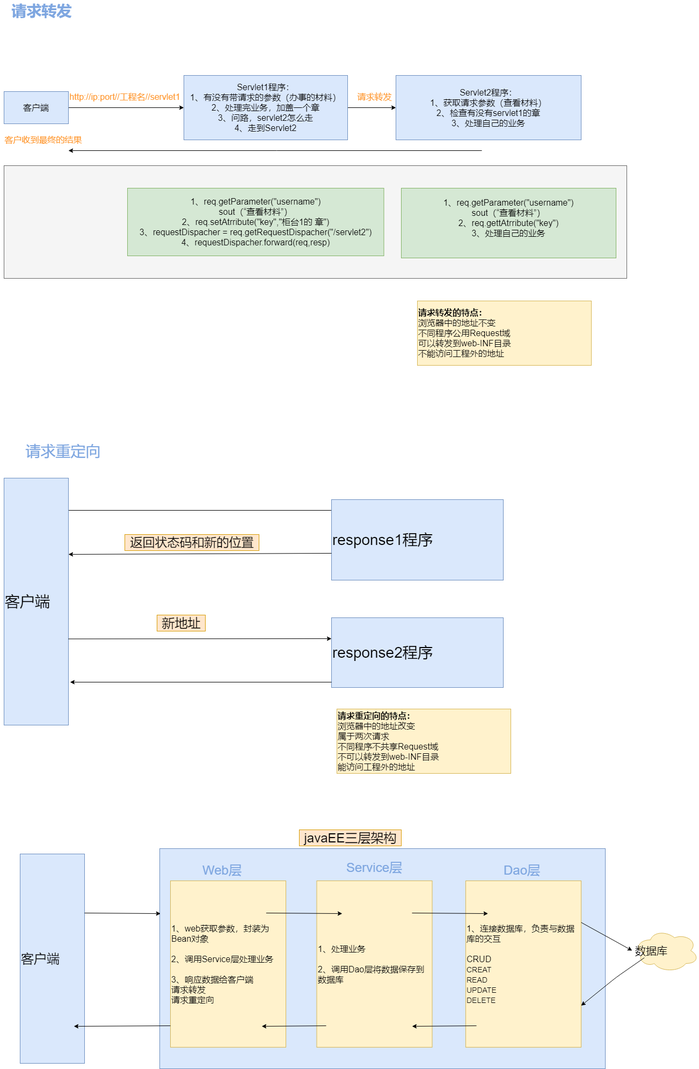
Above: web-Page-2.png in kusuzi/LearnJava (draw.io), before the change. Source tidied: cells renumbered, new cells last; positions are measured from the earlier drawing's top-left corner, leaving out a move shared by most shapes.
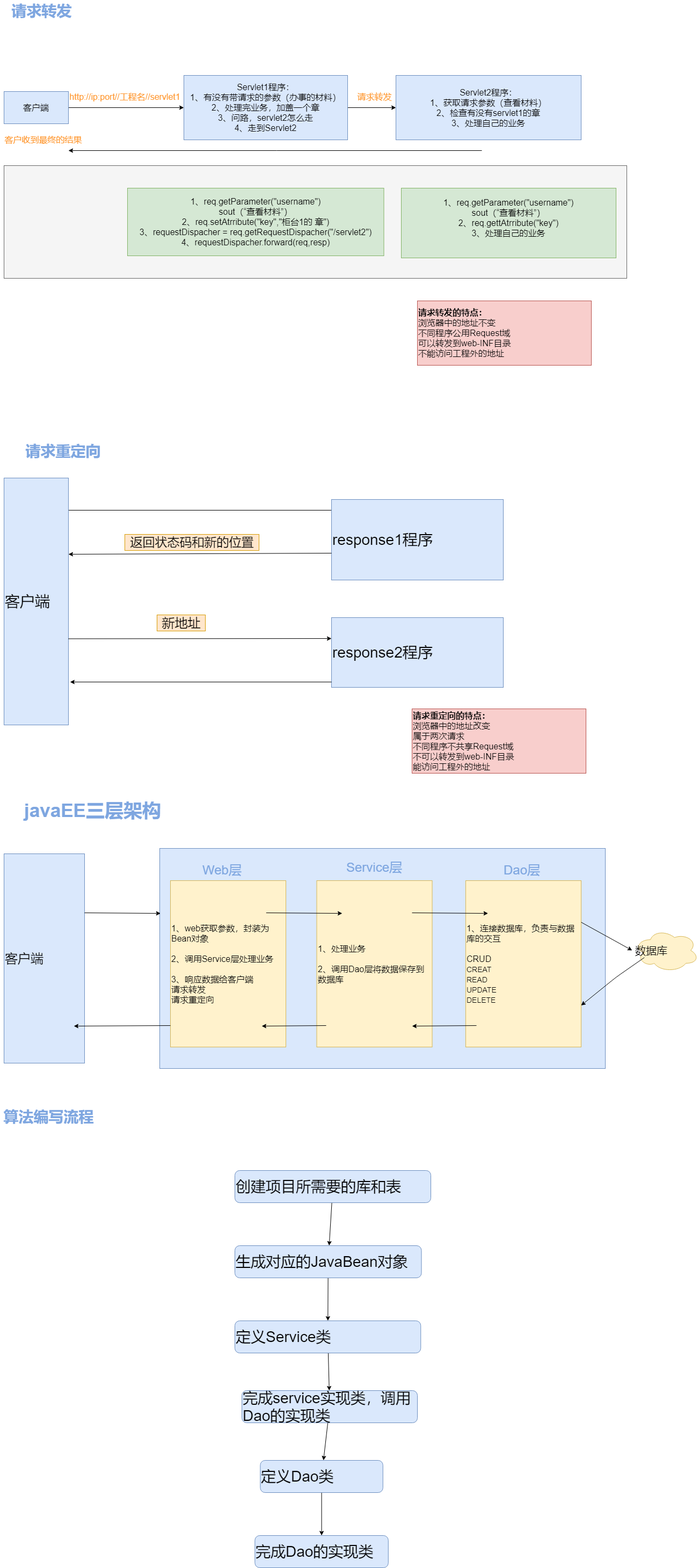
The same file after the commit.

Diff of the diagram source:
```diff
@@ -41,17 +41,17 @@
     <mxCell id="13" value="&lt;span style=&quot;font-size: 16px&quot;&gt;1、req.getParameter(&quot;username&quot;)&lt;br&gt;&lt;/span&gt;&lt;span style=&quot;font-size: 16px&quot;&gt;sout（“查看材料”）&lt;br&gt;&lt;/span&gt;&lt;span style=&quot;font-size: 16px&quot;&gt;2、&lt;/span&gt;&lt;span style=&quot;font-size: 16px&quot;&gt;req.gettAtrribute(&quot;key&quot;)&lt;br&gt;&lt;/span&gt;&lt;span style=&quot;font-size: 16px&quot;&gt;3、处理自己的业务&lt;br&gt;&lt;br&gt;&lt;/span&gt;" style="rounded=0;whiteSpace=wrap;html=1;fillColor=#d5e8d4;strokeColor=#82b366;" parent="1" vertex="1">
       <mxGeometry x="747" y="350" width="400" height="130" as="geometry" />
     </mxCell>
-    <mxCell id="14" value="&lt;b&gt;请求转发的特点：&lt;/b&gt;&lt;br style=&quot;font-size: 16px&quot;&gt;浏览器中的地址不变&lt;br style=&quot;font-size: 16px&quot;&gt;不同程序公用Request域&lt;br style=&quot;font-size: 16px&quot;&gt;可以转发到web-INF目录&lt;br&gt;不能访问工程外的地址" style="rounded=0;whiteSpace=wrap;html=1;fillColor=#fff2cc;strokeColor=#d6b656;fontSize=16;align=left;" parent="1" vertex="1">
+    <mxCell id="14" value="&lt;b&gt;请求转发的特点：&lt;/b&gt;&lt;br style=&quot;font-size: 16px&quot;&gt;浏览器中的地址不变&lt;br style=&quot;font-size: 16px&quot;&gt;不同程序公用Request域&lt;br style=&quot;font-size: 16px&quot;&gt;可以转发到web-INF目录&lt;br&gt;不能访问工程外的地址" style="rounded=0;whiteSpace=wrap;html=1;fillColor=#f8cecc;strokeColor=#b85450;fontSize=16;align=left;" parent="1" vertex="1">
       <mxGeometry x="777" y="560" width="324" height="120" as="geometry" />
     </mxCell>
     <mxCell id="15" value="请求转发" style="text;html=1;align=center;verticalAlign=middle;strokeColor=none;fontSize=28;fontColor=#7EA6E0;fontStyle=1;" parent="1" vertex="1">
       <mxGeometry x="12" width="130" height="40" as="geometry" />
     </mxCell>
-    <mxCell id="16" value="请求重定向" style="text;html=1;align=center;verticalAlign=middle;strokeColor=none;fontSize=28;fontColor=#7EA6E0;" parent="1" vertex="1">
+    <mxCell id="16" value="请求重定向" style="text;html=1;align=center;verticalAlign=middle;strokeColor=none;fontSize=28;fontColor=#7EA6E0;fontStyle=1;" parent="1" vertex="1">
       <mxGeometry x="37" y="820" width="160" height="40" as="geometry" />
     </mxCell>
-    <mxCell id="17" value="&lt;b&gt;请求重定向的特点：&lt;/b&gt;&lt;br style=&quot;font-size: 16px&quot;&gt;浏览器中的地址改变&lt;br&gt;属于两次请求&lt;br style=&quot;font-size: 16px&quot;&gt;不同程序不共享Request域&lt;br style=&quot;font-size: 16px&quot;&gt;不可以转发到web-INF目录&lt;br&gt;能访问工程外的地址" style="rounded=0;whiteSpace=wrap;html=1;fillColor=#fff2cc;strokeColor=#d6b656;fontSize=16;align=left;" parent="1" vertex="1">
-      <mxGeometry x="627" y="1320" width="324" height="120" as="geometry" />
+    <mxCell id="17" value="&lt;b&gt;请求重定向的特点：&lt;/b&gt;&lt;br style=&quot;font-size: 16px&quot;&gt;浏览器中的地址改变&lt;br&gt;属于两次请求&lt;br style=&quot;font-size: 16px&quot;&gt;不同程序不共享Request域&lt;br style=&quot;font-size: 16px&quot;&gt;不可以转发到web-INF目录&lt;br&gt;能访问工程外的地址" style="rounded=0;whiteSpace=wrap;html=1;fillColor=#f8cecc;strokeColor=#b85450;fontSize=16;align=left;" parent="1" vertex="1">
+      <mxGeometry x="767" y="1320" width="324" height="120" as="geometry" />
     </mxCell>
     <mxCell id="18" style="edgeStyle=orthogonalEdgeStyle;rounded=0;jettySize=auto;html=1;fontSize=28;fontColor=#7EA6E0;entryX=0;entryY=0.5;entryDx=0;entryDy=0;" parent="1" edge="1" source="19" target="20">
       <mxGeometry relative="1" as="geometry">
@@ -93,13 +93,13 @@
       <mxGeometry x="292" y="1145" width="90" height="30" as="geometry" />
     </mxCell>
     <mxCell id="27" value="客户端" style="rounded=0;whiteSpace=wrap;html=1;fontSize=24;align=left;fillColor=#dae8fc;strokeColor=#6c8ebf;" parent="1" vertex="1">
-      <mxGeometry x="37" y="1590" width="120" height="390" as="geometry" />
+      <mxGeometry x="7" y="1590" width="150" height="390" as="geometry" />
     </mxCell>
     <mxCell id="28" style="rounded=0;whiteSpace=wrap;html=1;fontSize=24;align=left;fillColor=#dae8fc;strokeColor=#6c8ebf;" parent="1" vertex="1">
       <mxGeometry x="297" y="1580" width="830" height="410" as="geometry" />
     </mxCell>
-    <mxCell id="29" value="javaEE三层架构" style="text;html=1;align=center;verticalAlign=middle;strokeColor=#d79b00;fontSize=24;fillColor=#ffe6cc;" parent="1" vertex="1">
-      <mxGeometry x="557" y="1545" width="190" height="30" as="geometry" />
+    <mxCell id="29" value="javaEE三层架构" style="text;html=1;align=center;verticalAlign=middle;fontSize=35;fontColor=#7EA6E0;fontStyle=1;" parent="1" vertex="1">
+      <mxGeometry x="37" y="1484" width="270" height="50" as="geometry" />
     </mxCell>
     <mxCell id="30" value="1、web获取参数，封装为Bean对象&lt;br&gt;&lt;br style=&quot;font-size: 16px&quot;&gt;2、调用Service层处理业务&lt;br style=&quot;font-size: 16px&quot;&gt;&lt;br&gt;3、响应数据给客户端&lt;br style=&quot;font-size: 16px&quot;&gt;请求转发&lt;br style=&quot;font-size: 16px&quot;&gt;请求重定向" style="rounded=0;whiteSpace=wrap;html=1;fontSize=16;align=left;fillColor=#fff2cc;strokeColor=#d6b656;" parent="1" vertex="1">
       <mxGeometry x="317" y="1640" width="215" height="310" as="geometry" />
@@ -170,5 +170,41 @@
         </Array>
       </mxGeometry>
     </mxCell>
+    <mxCell id="45" value="算法编写流程" style="text;html=1;align=center;verticalAlign=middle;strokeColor=none;fontSize=28;fontColor=#7EA6E0;fontStyle=1;" parent="1" vertex="1">
+      <mxGeometry y="2060" width="180" height="40" as="geometry" />
+    </mxCell>
+    <mxCell id="46" style="edgeStyle=none;rounded=0;jettySize=auto;html=1;fontSize=28;fontColor=#000000;" parent="1" edge="1" source="47" target="49">
+      <mxGeometry relative="1" as="geometry" />
+    </mxCell>
+    <mxCell id="47" value="创建项目所需要的库和表" style="rounded=1;whiteSpace=wrap;html=1;fontSize=28;align=left;fillColor=#dae8fc;strokeColor=#6c8ebf;" parent="1" vertex="1">
+      <mxGeometry x="437" y="2180" width="365" height="60" as="geometry" />
+    </mxCell>
+    <mxCell id="48" style="edgeStyle=none;rounded=0;jettySize=auto;html=1;fontSize=28;fontColor=#000000;" parent="1" edge="1" source="49" target="51">
+      <mxGeometry relative="1" as="geometry" />
+    </mxCell>
+    <mxCell id="49" value="生成对应的JavaBean对象&lt;br&gt;" style="whiteSpace=wrap;html=1;rounded=1;fontSize=28;align=left;strokeColor=#6c8ebf;fillColor=#dae8fc;" parent="1" vertex="1">
+      <mxGeometry x="437" y="2320" width="347.5" height="60" as="geometry" />
+    </mxCell>
+    <mxCell id="50" style="edgeStyle=none;rounded=0;jettySize=auto;html=1;fontSize=28;fontColor=#000000;" parent="1" edge="1" source="51" target="53">
+      <mxGeometry relative="1" as="geometry" />
+    </mxCell>
+    <mxCell id="51" value="定义Service类" style="whiteSpace=wrap;html=1;rounded=1;fontSize=28;align=left;strokeColor=#6c8ebf;fillColor=#dae8fc;" parent="1" vertex="1">
+      <mxGeometry x="437" y="2460" width="346.2" height="60" as="geometry" />
+    </mxCell>
+    <mxCell id="52" style="edgeStyle=none;rounded=0;jettySize=auto;html=1;fontSize=28;fontColor=#000000;" parent="1" edge="1" source="53" target="55">
+      <mxGeometry relative="1" as="geometry" />
+    </mxCell>
+    <mxCell id="53" value="完成service实现类，调用Dao的实现类" style="whiteSpace=wrap;html=1;rounded=1;fontSize=28;align=left;strokeColor=#6c8ebf;fillColor=#dae8fc;" parent="1" vertex="1">
+      <mxGeometry x="450.1" y="2590" width="326.9" height="60" as="geometry" />
+    </mxCell>
+    <mxCell id="54" style="edgeStyle=none;rounded=0;jettySize=auto;html=1;fontSize=28;fontColor=#000000;" parent="1" edge="1" source="55" target="56">
+      <mxGeometry relative="1" as="geometry" />
+    </mxCell>
+    <mxCell id="55" value="定义Dao类&lt;br&gt;" style="whiteSpace=wrap;html=1;rounded=1;fontSize=28;align=left;strokeColor=#6c8ebf;fillColor=#dae8fc;" parent="1" vertex="1">
+      <mxGeometry x="484.3" y="2720" width="228.4" height="60" as="geometry" />
+    </mxCell>
+    <mxCell id="56" value="完成Dao的实现类" style="whiteSpace=wrap;html=1;rounded=1;fontSize=28;align=left;strokeColor=#6c8ebf;fillColor=#dae8fc;" parent="1" vertex="1">
+      <mxGeometry x="474.3" y="2860" width="248.4" height="60" as="geometry" />
+    </mxCell>
   </root>
 </mxGraphModel>
```
